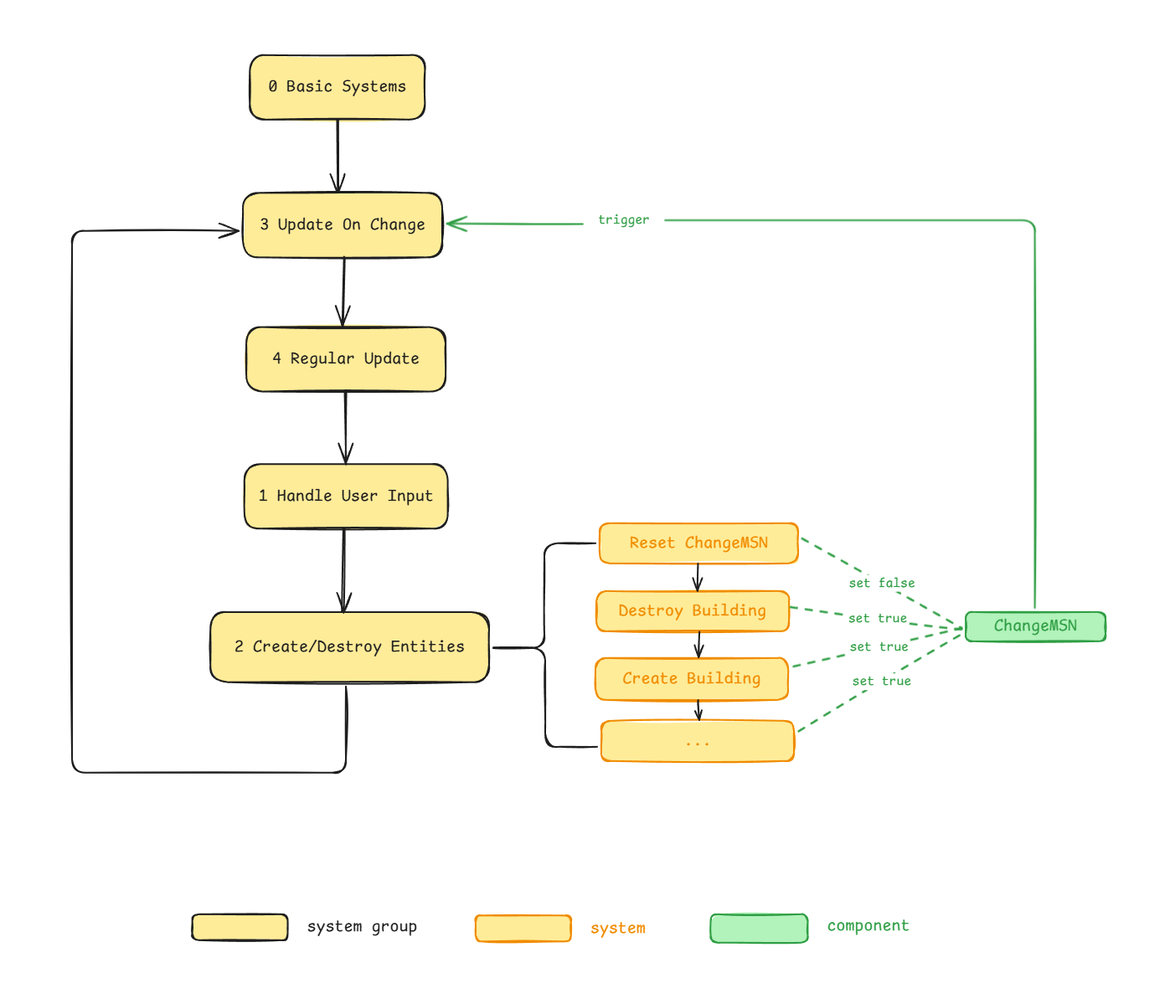
Above: img/SystemOrganization.png in zhanong/Minimal-ECS-Framework (Excalidraw), before the change. Source tidied: one line per element, renumbered; positions are measured from the earlier drawing's top-left corner, leaving out a move shared by most shapes.
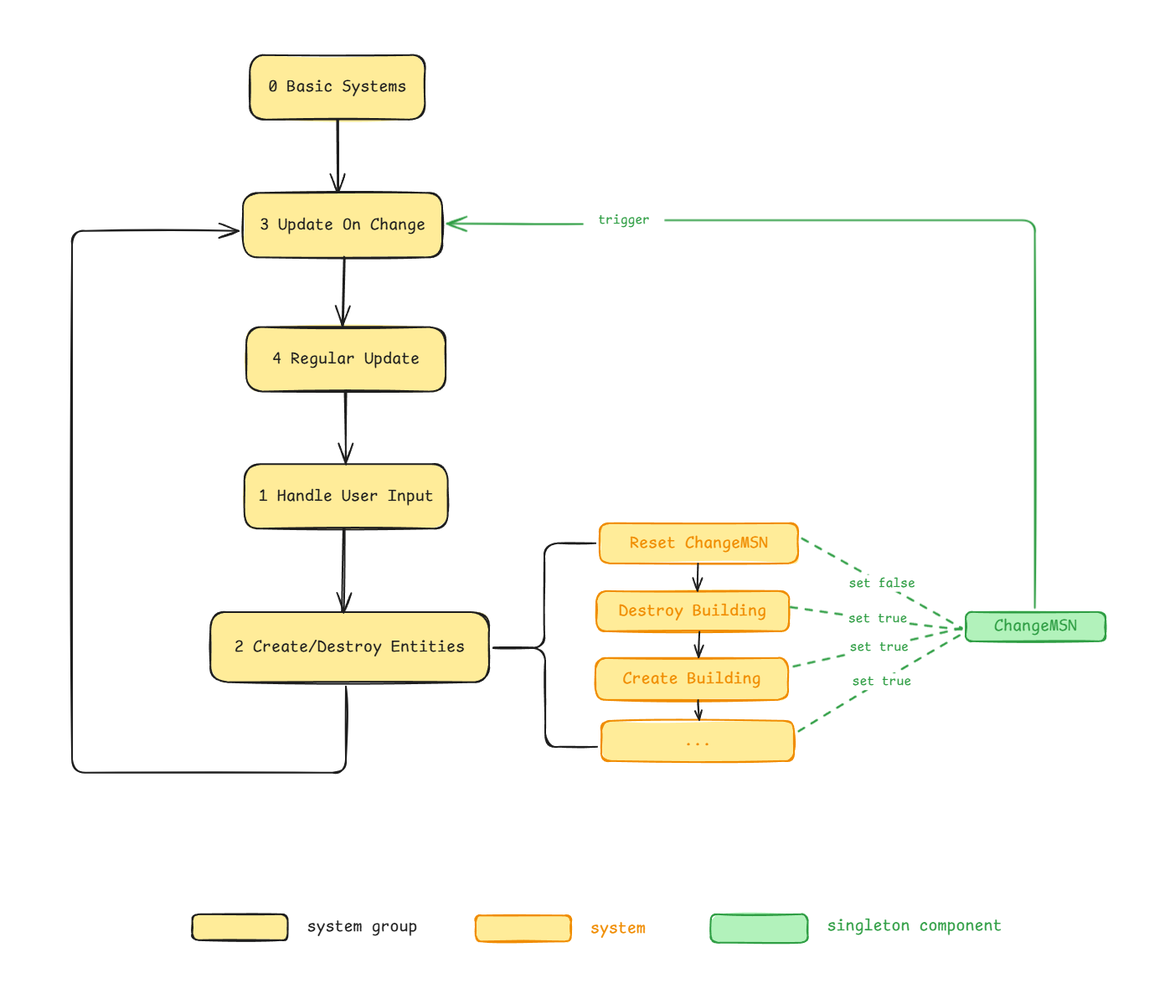
The same file after the commit.

The edit, as a diff of the source:
```diff
@@ -39,7 +39,7 @@
 {"id": 38, "type": "arrow", "strokeColor": "#2f9e44", "backgroundColor": "#b2f2bb", "fillStyle": "solid", "strokeWidth": 2, "roughness": 1, "endArrowhead": "arrow", "from": 15, "to": 7, "x": 1225, "y": 716, "width": 702, "height": 463, "points": [[0, 0], [0, -463], [-490, -463], [-490, -459], [-702, -459]]}
 {"id": 39, "type": "text", "text": "  trigger  ", "strokeColor": "#2f9e44", "backgroundColor": "#b2f2bb", "fillStyle": "solid", "strokeWidth": 2, "roughness": 1, "fontSize": 16, "fontFamily": 8, "textAlign": "center", "verticalAlign": "middle", "inside": 38, "x": 687, "y": 243, "width": 97, "height": 20}
 {"id": 40, "type": "rectangle", "strokeColor": "#2f9e44", "backgroundColor": "#b2f2bb", "fillStyle": "solid", "strokeWidth": 2, "roughness": 1, "round": true, "x": 839, "y": 1082, "width": 116, "height": 34}
-{"id": 41, "type": "text", "text": "component", "strokeColor": "#2f9e44", "backgroundColor": "#b2f2bb", "fillStyle": "solid", "strokeWidth": 2, "roughness": 1, "fontSize": 20, "fontFamily": 8, "x": 978, "y": 1083, "width": 99, "height": 25}
+{"id": 41, "type": "text", "text": "singleton component", "strokeColor": "#2f9e44", "backgroundColor": "#b2f2bb", "fillStyle": "solid", "strokeWidth": 2, "roughness": 1, "fontSize": 20, "fontFamily": 8, "x": 978, "y": 1083, "width": 209, "height": 25}
 {"id": 42, "type": "rectangle", "strokeColor": "#1e1e1e", "backgroundColor": "#ffec99", "fillStyle": "solid", "strokeWidth": 2, "roughness": 1, "round": true, "x": 220, "y": 1082, "width": 114, "height": 31}
 {"id": 43, "type": "text", "text": "system group", "strokeColor": "#1e1e1e", "backgroundColor": "#b2f2bb", "fillStyle": "solid", "strokeWidth": 2, "roughness": 1, "fontSize": 20, "fontFamily": 8, "x": 357, "y": 1085, "width": 132, "height": 25}
 {"id": 44, "type": "rectangle", "strokeColor": "#f08c00", "backgroundColor": "#ffec99", "fillStyle": "solid", "strokeWidth": 2, "roughness": 1, "round": true, "x": 558, "y": 1083, "width": 114, "height": 31}
```
